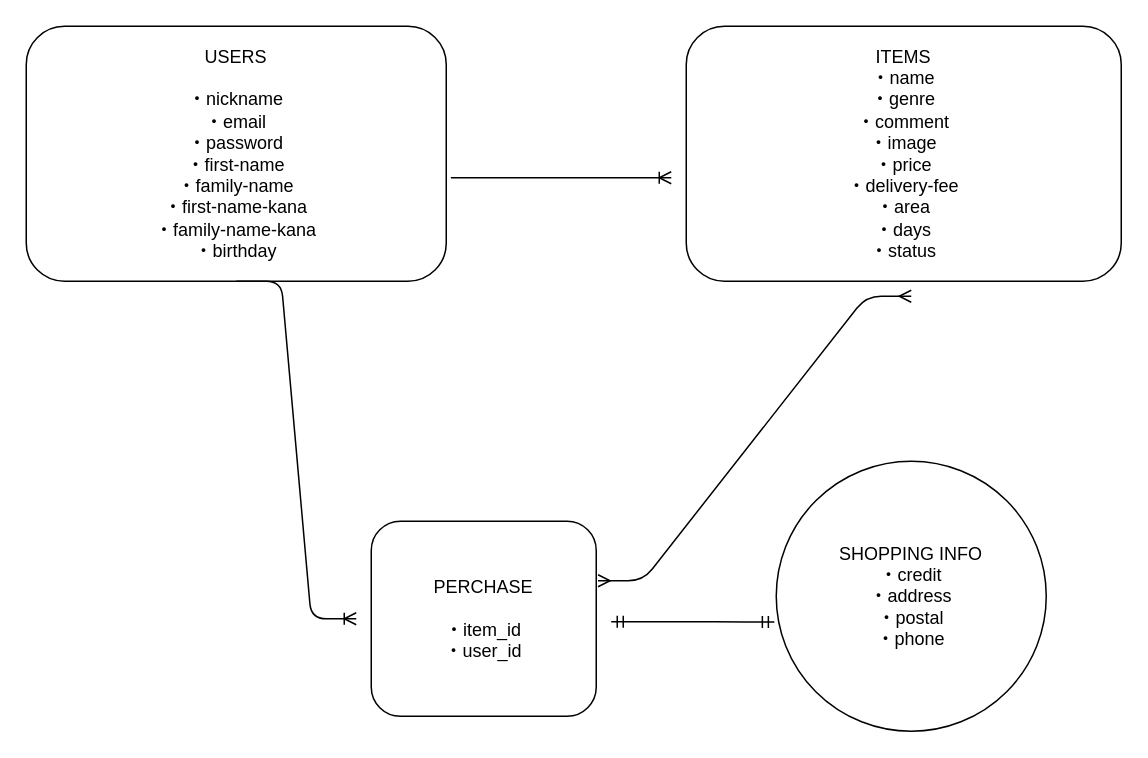
shimo0321yuki/furima-28882 keeps this draw.io diagram as furima_app.drawio. Above is the earlier version. Source tidied: cells renumbered, new cells numbered last; positions are measured from the earlier drawing's top-left corner, leaving out a move shared by most shapes. Both pictures are drawn from the tidied source at 150%, with x=0, y=0 at pixel (26, 26).
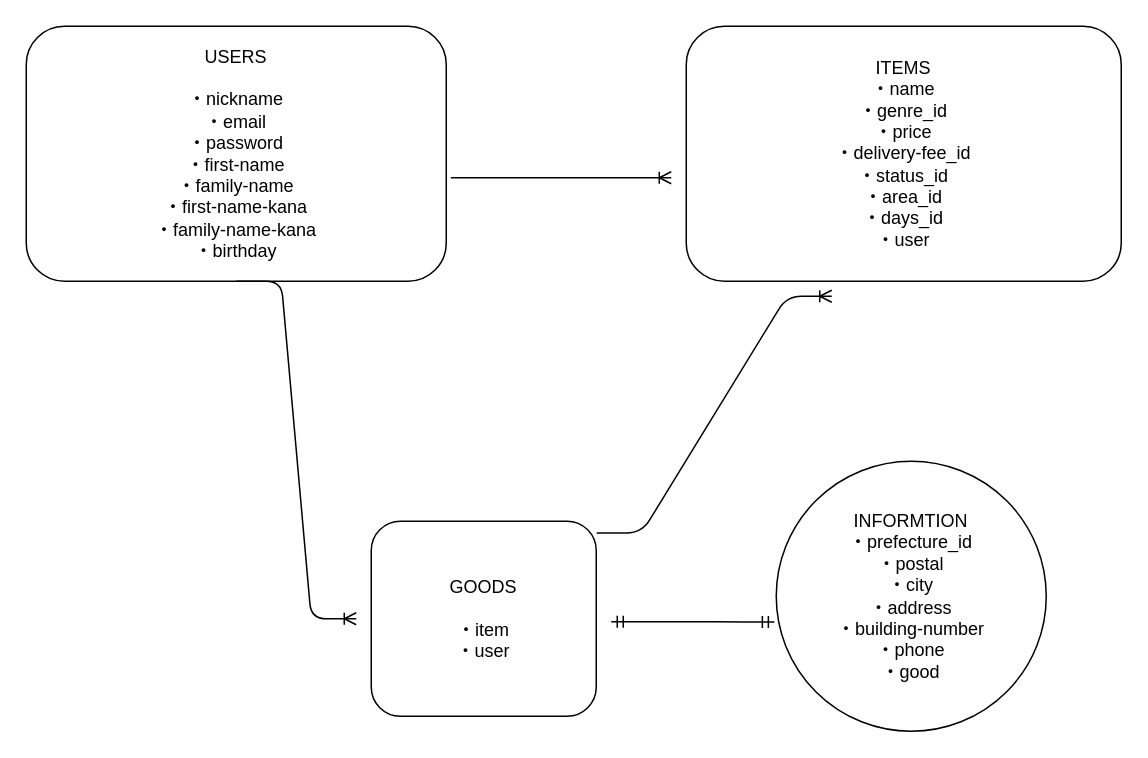
The same diagram, later.

Commit message:
furima_app.drawio を更新します

Diff of the diagram source:
```diff
@@
 <mxGraphModel>
   <root>
     <mxCell id="0" />
     <mxCell id="1" parent="0" />
-    <mxCell id="2" value="ITEMS&lt;br&gt;・name&lt;br&gt;・genre&lt;br&gt;・comment&lt;br&gt;・image&lt;br&gt;・price&lt;br&gt;・delivery-fee&lt;br&gt;・area&lt;br&gt;・days&lt;br&gt;・status" style="rounded=1;whiteSpace=wrap;html=1;" parent="1" vertex="1">
+    <mxCell id="2" value="ITEMS&lt;br&gt;・name&lt;br&gt;・genre_id&lt;br&gt;・price&lt;br&gt;・delivery-fee_id&lt;br&gt;・status_id&lt;br&gt;・area_id&lt;br&gt;・days_id&lt;br&gt;・user" style="rounded=1;whiteSpace=wrap;html=1;" parent="1" vertex="1">
       <mxGeometry x="440" width="290" height="170" as="geometry" />
     </mxCell>
     <mxCell id="3" value="USERS&lt;br&gt;&lt;br&gt;・nickname&lt;br&gt;・email&lt;br&gt;・password&lt;br&gt;・first-name&lt;br&gt;・family-name&lt;br&gt;・first-name-kana&lt;br&gt;・family-name-kana&lt;br&gt;・birthday" style="rounded=1;whiteSpace=wrap;html=1;" parent="1" vertex="1">
       <mxGeometry width="280" height="170" as="geometry" />
     </mxCell>
-    <mxCell id="4" value="SHOPPING INFO&lt;br&gt;・credit&lt;br&gt;・address&lt;br&gt;・postal&lt;br&gt;・phone" style="ellipse;whiteSpace=wrap;html=1;" parent="1" vertex="1">
+    <mxCell id="4" value="INFORMTION&lt;br&gt;・prefecture_id&lt;br&gt;・postal&lt;br&gt;・city&lt;br&gt;・address&lt;br&gt;・building-number&lt;br&gt;・phone&lt;br&gt;・good" style="ellipse;whiteSpace=wrap;html=1;" parent="1" vertex="1">
       <mxGeometry x="500" y="290" width="180" height="180" as="geometry" />
     </mxCell>
-    <mxCell id="5" value="PERCHASE&lt;br&gt;&lt;br&gt;・item_id&lt;br&gt;・user_id" style="rounded=1;whiteSpace=wrap;html=1;" parent="1" vertex="1">
+    <mxCell id="5" value="GOODS&lt;br&gt;&lt;br&gt;・item&lt;br&gt;・user" style="rounded=1;whiteSpace=wrap;html=1;" parent="1" vertex="1">
       <mxGeometry x="230" y="330" width="150" height="130" as="geometry" />
     </mxCell>
     <mxCell id="6" style="edgeStyle=entityRelationEdgeStyle;fontSize=12;html=1;endArrow=ERoneToMany;exitX=1.011;exitY=0.594;exitDx=0;exitDy=0;exitPerimeter=0;" parent="1" edge="1" source="3">
       <mxGeometry relative="1" as="geometry">
         <mxPoint x="430" y="101" as="targetPoint" />
       </mxGeometry>
     </mxCell>
     <mxCell id="7" style="edgeStyle=entityRelationEdgeStyle;fontSize=12;html=1;endArrow=ERmandOne;startArrow=ERmandOne;entryX=-0.007;entryY=0.595;entryDx=0;entryDy=0;entryPerimeter=0;" parent="1" edge="1" target="4">
       <mxGeometry relative="1" as="geometry">
         <mxPoint x="390" y="397" as="sourcePoint" />
       </mxGeometry>
     </mxCell>
     <mxCell id="8" style="edgeStyle=entityRelationEdgeStyle;fontSize=12;html=1;endArrow=ERoneToMany;exitX=0.5;exitY=1;exitDx=0;exitDy=0;" parent="1" edge="1" source="3">
       <mxGeometry relative="1" as="geometry">
         <mxPoint x="220" y="395" as="targetPoint" />
       </mxGeometry>
     </mxCell>
-    <mxCell id="9" style="edgeStyle=entityRelationEdgeStyle;fontSize=12;html=1;endArrow=ERmany;startArrow=ERmany;exitX=1.008;exitY=0.305;exitDx=0;exitDy=0;exitPerimeter=0;" parent="1" edge="1" source="5">
-      <mxGeometry relative="1" as="geometry">
-        <mxPoint x="590" y="180" as="targetPoint" />
-      </mxGeometry>
-    </mxCell>
+    <mxCell id="10" style="edgeStyle=entityRelationEdgeStyle;fontSize=12;html=1;endArrow=ERoneToMany;exitX=1.002;exitY=0.06;exitDx=0;exitDy=0;exitPerimeter=0;" parent="1" edge="1" source="5">
+      <mxGeometry relative="1" as="geometry">
+        <mxPoint x="537" y="180" as="targetPoint" />
+      </mxGeometry>
+    </mxCell>
   </root>
 </mxGraphModel>
```
